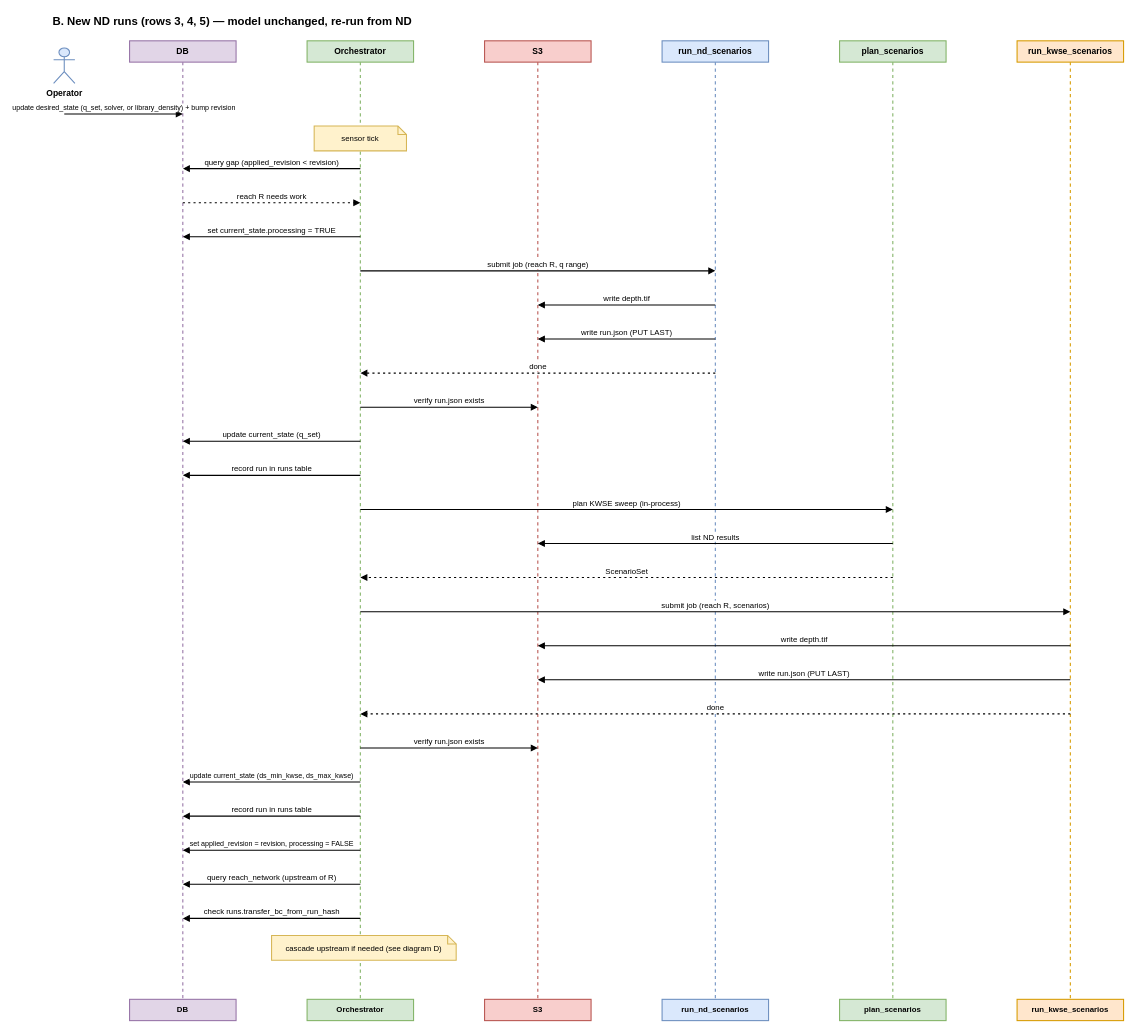
Earlier version of the draw.io diagram page "B-new-nd-runs" (2 of 4) of system-design/trigger-sequence-diagrams.drawio (NOAA-OWP/twod-fim-knowledge-base). Source tidied: cells renumbered, new cells numbered last; positions are measured from the earlier drawing's top-left corner, leaving out a move shared by most shapes. Both pictures are drawn from the tidied source at 71%, with x=0, y=0 at pixel (51, 12).
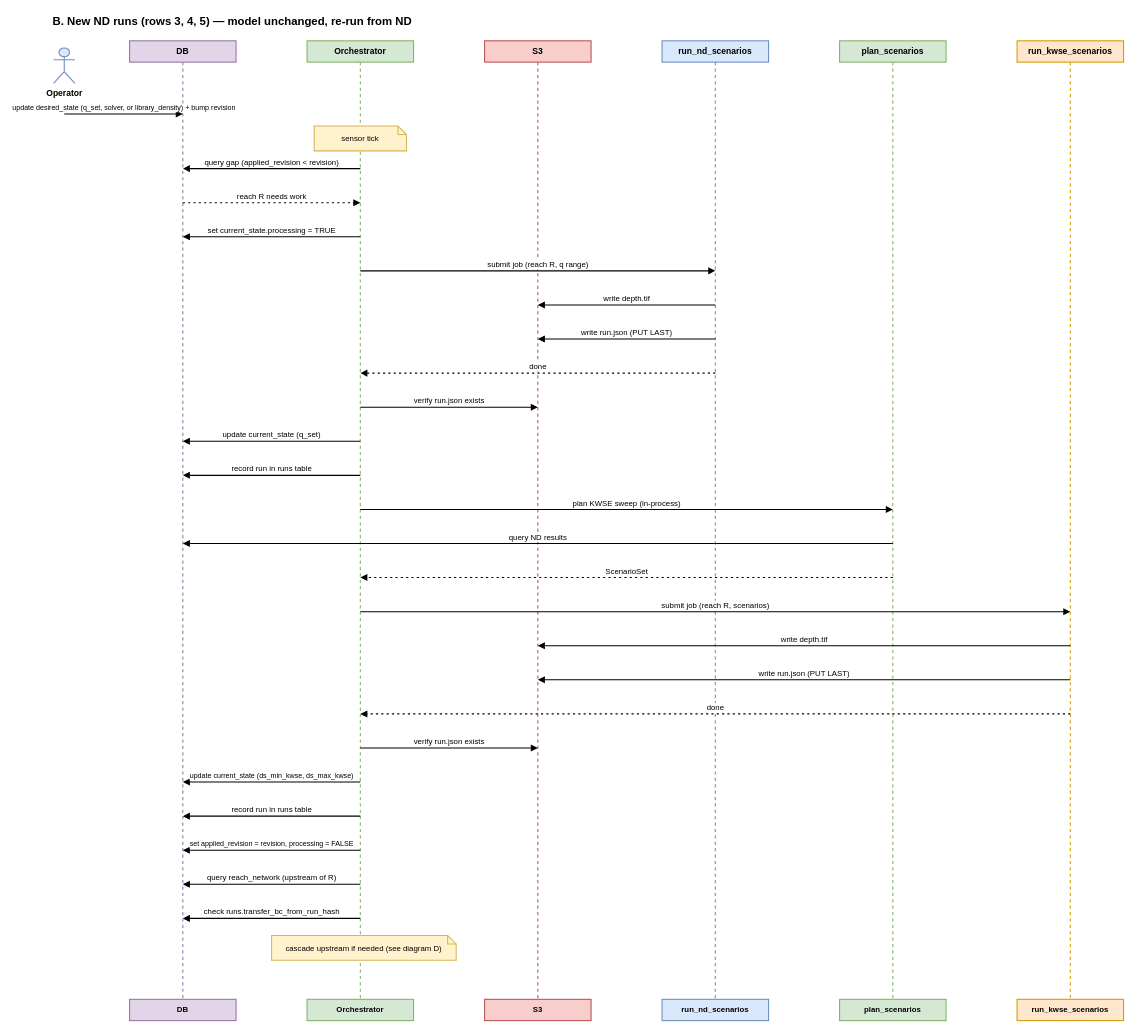
Above is the later version.

Commit message (it also covers changes not shown here):
update trigger sequence diagrams per review — query db not s3, remove md file (#91)

Change to the diagram source:
```diff
@@
-    <mxCell id="23" value="list ND results" style="html=1;verticalAlign=bottom;startArrow=none;endArrow=block;rounded=0;strokeWidth=1.5;" parent="1" edge="1">
+    <mxCell id="23" value="query ND results" style="html=1;verticalAlign=bottom;startArrow=none;endArrow=block;rounded=0;strokeWidth=1.5;" parent="1" edge="1">
       <mxGeometry relative="1" as="geometry">
         <mxPoint x="1185" y="748" as="sourcePoint" />
-        <mxPoint x="685" y="748" as="targetPoint" />
+        <mxPoint x="185" y="748" as="targetPoint" />
       </mxGeometry>
     </mxCell>
```
